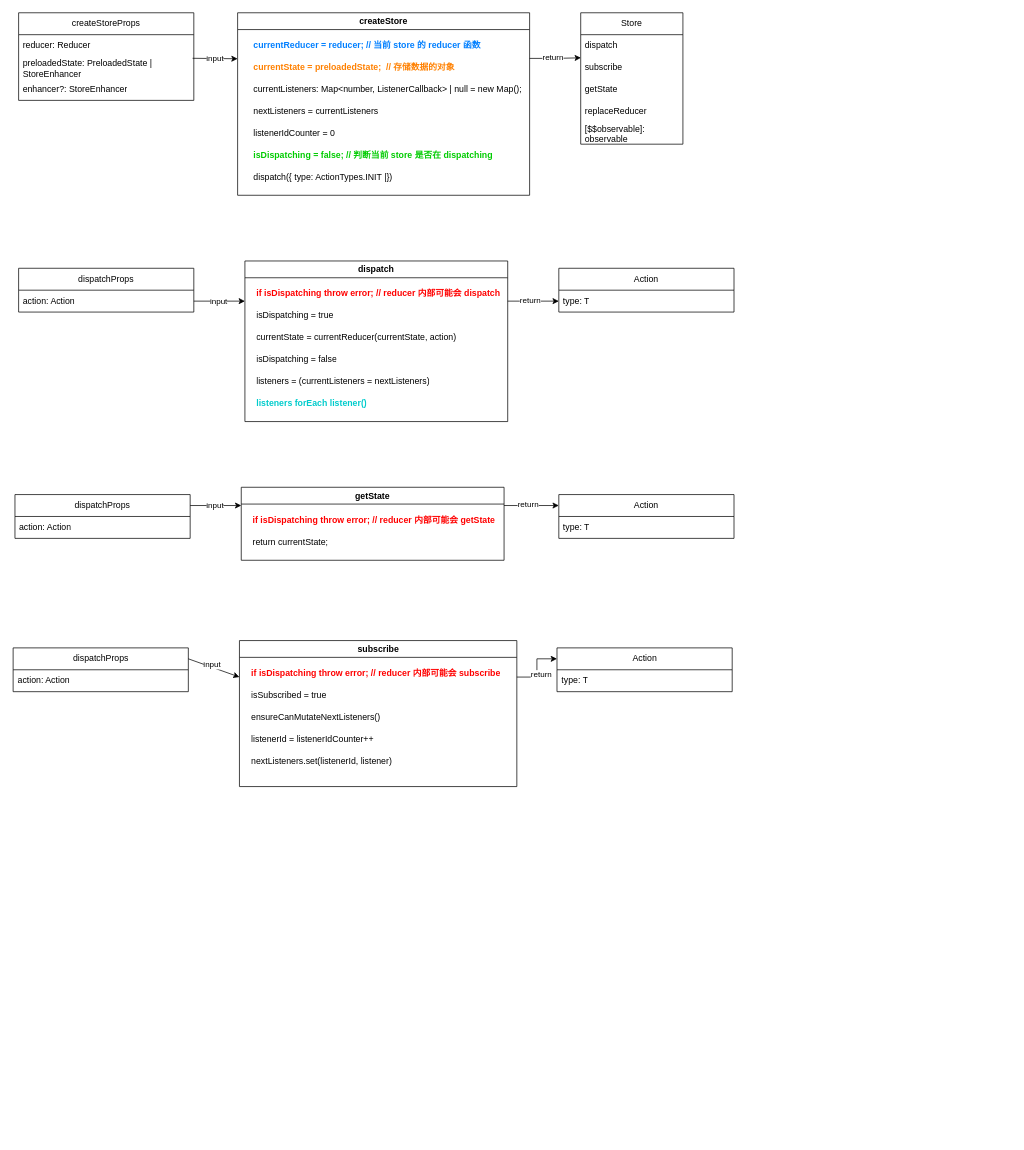
Earlier version of the draw.io diagram packages/redux/未命名绘图.drawio (Monoxt/learn). Source tidied: cells renumbered, new cells numbered last; positions are measured from the earlier drawing's top-left corner, leaving out a move shared by most shapes. Both pictures are drawn from the tidied source at 73%, with x=0, y=0 at pixel (12, 12).
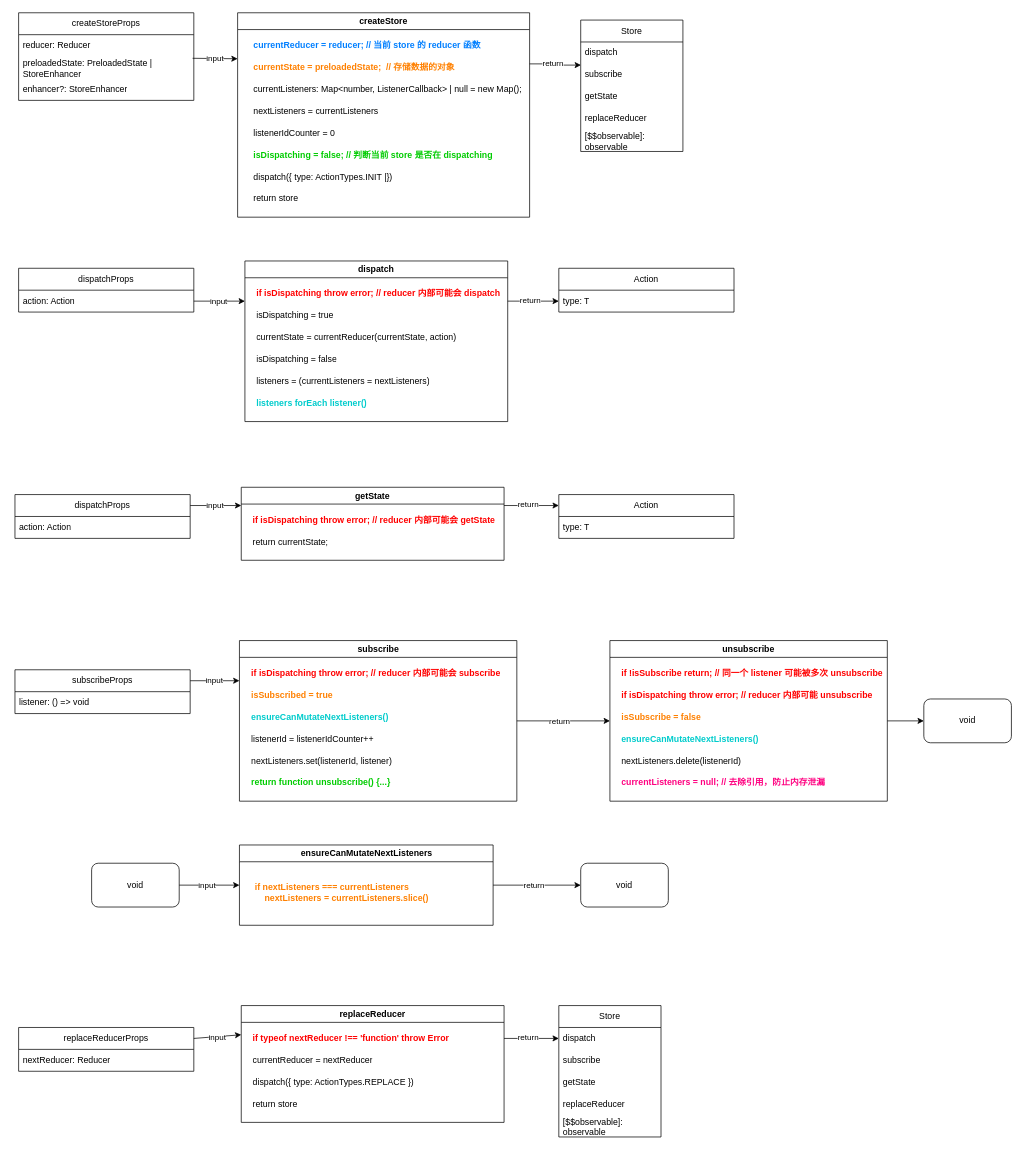
The same diagram, later.

The edit, as a diff of the source:
```diff
@@
     <mxCell id="4" value="Store" style="swimlane;fontStyle=0;horizontal=1;startSize=30;whiteSpace=wrap;html=1;" parent="1" vertex="1">
-      <mxGeometry x="778" width="140" height="180" as="geometry" />
+      <mxGeometry x="778" y="10" width="140" height="180" as="geometry" />
     </mxCell>
@@
     <mxCell id="16" value="createStore" style="swimlane;whiteSpace=wrap;html=1;strokeColor=default;" parent="1" vertex="1">
-      <mxGeometry x="308" width="400" height="250" as="geometry" />
+      <mxGeometry x="308" width="400" height="280" as="geometry" />
     </mxCell>
@@
+    <mxCell id="64" value="return store" style="text;html=1;align=left;verticalAlign=middle;strokeColor=none;fillColor=none;" parent="16" vertex="1">
+      <mxGeometry x="20" y="240" width="80" height="30" as="geometry" />
+    </mxCell>
@@
     <mxCell id="50" value="subscribe" style="swimlane;whiteSpace=wrap;html=1;strokeColor=default;" parent="1" vertex="1">
-      <mxGeometry x="310.5" y="860" width="380" height="200" as="geometry" />
+      <mxGeometry x="310.5" y="860" width="380" height="220" as="geometry" />
     </mxCell>
-    <mxCell id="51" value="isSubscribed = true" style="text;strokeColor=none;fillColor=none;align=left;verticalAlign=middle;spacingLeft=4;spacingRight=4;overflow=hidden;whiteSpace=wrap;html=1;" parent="50" vertex="1">
+    <mxCell id="51" value="isSubscribed = true" style="text;strokeColor=none;fillColor=none;align=left;verticalAlign=middle;spacingLeft=4;spacingRight=4;overflow=hidden;whiteSpace=wrap;html=1;fontColor=#FF8000;fontStyle=1;" parent="50" vertex="1">
       <mxGeometry x="10" y="60" width="130" height="30" as="geometry" />
     </mxCell>
@@
-    <mxCell id="53" value="ensureCanMutateNextListeners()" style="text;strokeColor=none;fillColor=none;align=left;verticalAlign=middle;spacingLeft=4;spacingRight=4;overflow=hidden;whiteSpace=wrap;html=1;" parent="50" vertex="1">
+    <mxCell id="53" value="ensureCanMutateNextListeners()" style="text;strokeColor=none;fillColor=none;align=left;verticalAlign=middle;spacingLeft=4;spacingRight=4;overflow=hidden;whiteSpace=wrap;html=1;fontStyle=1;fontColor=#00CCCC;" parent="50" vertex="1">
       <mxGeometry x="10" y="90" width="230" height="30" as="geometry" />
     </mxCell>
@@
+    <mxCell id="65" value="return function unsubscribe() {...}" style="text;strokeColor=none;fillColor=none;align=left;verticalAlign=middle;spacingLeft=4;spacingRight=4;overflow=hidden;whiteSpace=wrap;html=1;fontStyle=1;fontColor=#00CC00;labelBorderColor=none;" parent="50" vertex="1">
+      <mxGeometry x="10" y="180" width="370" height="30" as="geometry" />
+    </mxCell>
-    <mxCell id="56" value="dispatchProps" style="swimlane;fontStyle=0;horizontal=1;startSize=30;whiteSpace=wrap;html=1;" parent="1" vertex="1">
-      <mxGeometry x="0.5" y="870" width="240" height="60" as="geometry" />
+    <mxCell id="56" value="subscribeProps" style="swimlane;fontStyle=0;horizontal=1;startSize=30;whiteSpace=wrap;html=1;" parent="1" vertex="1">
+      <mxGeometry x="3" y="900" width="240" height="60" as="geometry" />
     </mxCell>
-    <mxCell id="57" value="action: Action" style="text;strokeColor=none;fillColor=none;align=left;verticalAlign=middle;spacingLeft=4;spacingRight=4;overflow=hidden;whiteSpace=wrap;html=1;" parent="56" vertex="1">
+    <mxCell id="57" value="listener: () =&amp;gt; void" style="text;strokeColor=none;fillColor=none;align=left;verticalAlign=middle;spacingLeft=4;spacingRight=4;overflow=hidden;whiteSpace=wrap;html=1;" parent="56" vertex="1">
       <mxGeometry y="30" width="240" height="30" as="geometry" />
     </mxCell>
-    <mxCell id="58" value="Action" style="swimlane;fontStyle=0;horizontal=1;startSize=30;whiteSpace=wrap;html=1;" parent="1" vertex="1">
-      <mxGeometry x="745.5" y="870" width="240" height="60" as="geometry" />
-    </mxCell>
-    <mxCell id="59" value="type: T" style="text;strokeColor=none;fillColor=none;align=left;verticalAlign=middle;spacingLeft=4;spacingRight=4;overflow=hidden;whiteSpace=wrap;html=1;" parent="58" vertex="1">
-      <mxGeometry y="30" width="240" height="30" as="geometry" />
-    </mxCell>
@@
-    <mxCell id="62" style="edgeStyle=orthogonalEdgeStyle;rounded=0;jettySize=auto;html=1;entryX=0;entryY=0.25;entryDx=0;entryDy=0;exitX=1;exitY=0.25;exitDx=0;exitDy=0;" parent="1" edge="1" source="50" target="58">
+    <mxCell id="62" style="edgeStyle=orthogonalEdgeStyle;rounded=0;jettySize=auto;html=1;entryX=0;entryY=0.5;entryDx=0;entryDy=0;exitX=1;exitY=0.5;exitDx=0;exitDy=0;" parent="1" edge="1" source="50" target="67">
       <mxGeometry relative="1" as="geometry" />
     </mxCell>
     <mxCell id="63" value="return" style="edgeLabel;html=1;align=center;verticalAlign=middle;" parent="62" vertex="1">
       <mxGeometry x="-0.28" relative="1" as="geometry">
-        <mxPoint x="5" y="-2" as="offset" />
+        <mxPoint x="12" as="offset" />
       </mxGeometry>
     </mxCell>
+    <mxCell id="66" style="edgeStyle=orthogonalEdgeStyle;rounded=0;jettySize=auto;html=1;fontColor=#00CC00;entryX=0;entryY=0.5;entryDx=0;entryDy=0;" parent="1" edge="1" source="67" target="74">
+      <mxGeometry relative="1" as="geometry" />
+    </mxCell>
+    <mxCell id="67" value="unsubscribe" style="swimlane;whiteSpace=wrap;html=1;strokeColor=default;" parent="1" vertex="1">
+      <mxGeometry x="818" y="860" width="380" height="220" as="geometry" />
+    </mxCell>
+    <mxCell id="68" value="if !isSubscribe return; // 同一个 listener 可能被多次 unsubscribe" style="text;strokeColor=none;fillColor=none;align=left;verticalAlign=middle;spacingLeft=4;spacingRight=4;overflow=hidden;whiteSpace=wrap;html=1;fontColor=#FF0000;fontStyle=1;" parent="67" vertex="1">
+      <mxGeometry x="10" y="30" width="370" height="30" as="geometry" />
+    </mxCell>
+    <mxCell id="69" value="isSubscribe = false" style="text;strokeColor=none;fillColor=none;align=left;verticalAlign=middle;spacingLeft=4;spacingRight=4;overflow=hidden;whiteSpace=wrap;html=1;fontStyle=1;fontColor=#FF8000;" parent="67" vertex="1">
+      <mxGeometry x="10" y="90" width="230" height="30" as="geometry" />
+    </mxCell>
+    <mxCell id="70" value="ensureCanMutateNextListeners()" style="text;strokeColor=none;fillColor=none;align=left;verticalAlign=middle;spacingLeft=4;spacingRight=4;overflow=hidden;whiteSpace=wrap;html=1;fontStyle=1;fontColor=#00CCCC;" parent="67" vertex="1">
+      <mxGeometry x="10" y="120" width="230" height="30" as="geometry" />
+    </mxCell>
+    <mxCell id="71" value="nextListeners.delete(listenerId)" style="text;strokeColor=none;fillColor=none;align=left;verticalAlign=middle;spacingLeft=4;spacingRight=4;overflow=hidden;whiteSpace=wrap;html=1;" parent="67" vertex="1">
+      <mxGeometry x="10" y="150" width="230" height="30" as="geometry" />
+    </mxCell>
+    <mxCell id="72" value="currentListeners = null; // 去除引用，防止内存泄漏" style="text;strokeColor=none;fillColor=none;align=left;verticalAlign=middle;spacingLeft=4;spacingRight=4;overflow=hidden;whiteSpace=wrap;html=1;fontColor=#FF0080;fontStyle=1;" parent="67" vertex="1">
+      <mxGeometry x="10" y="180" width="330" height="30" as="geometry" />
+    </mxCell>
+    <mxCell id="73" value="if isDispatching throw error; // reducer 内部可能 unsubscribe" style="text;strokeColor=none;fillColor=none;align=left;verticalAlign=middle;spacingLeft=4;spacingRight=4;overflow=hidden;whiteSpace=wrap;html=1;fontColor=#FF0000;fontStyle=1;" parent="67" vertex="1">
+      <mxGeometry x="10" y="60" width="370" height="30" as="geometry" />
+    </mxCell>
+    <mxCell id="74" value="void" style="rounded=1;whiteSpace=wrap;html=1;labelBorderColor=none;strokeColor=default;fontColor=#000000;" parent="1" vertex="1">
+      <mxGeometry x="1248" y="940" width="120" height="60" as="geometry" />
+    </mxCell>
+    <mxCell id="75" value="ensureCanMutateNextListeners" style="swimlane;whiteSpace=wrap;html=1;strokeColor=default;" parent="1" vertex="1">
+      <mxGeometry x="310.5" y="1140" width="347.5" height="110" as="geometry" />
+    </mxCell>
+    <mxCell id="76" value="if nextListeners === currentListeners&lt;br&gt;&amp;nbsp; &amp;nbsp; nextListeners = currentListeners.slice()" style="text;strokeColor=none;fillColor=none;align=left;verticalAlign=middle;spacingLeft=4;spacingRight=4;overflow=hidden;whiteSpace=wrap;html=1;fontColor=#FF8000;fontStyle=1;" parent="75" vertex="1">
+      <mxGeometry x="15" y="30" width="360" height="70" as="geometry" />
+    </mxCell>
+    <mxCell id="77" value="void" style="rounded=1;whiteSpace=wrap;html=1;labelBorderColor=none;strokeColor=default;fontColor=#000000;" parent="1" vertex="1">
+      <mxGeometry x="108" y="1165" width="120" height="60" as="geometry" />
+    </mxCell>
+    <mxCell id="78" value="void" style="rounded=1;whiteSpace=wrap;html=1;labelBorderColor=none;strokeColor=default;fontColor=#000000;" parent="1" vertex="1">
+      <mxGeometry x="778" y="1165" width="120" height="60" as="geometry" />
+    </mxCell>
+    <mxCell id="79" style="endArrow=classic;html=1;rounded=0;exitX=1;exitY=0.5;exitDx=0;exitDy=0;entryX=0;entryY=0.5;entryDx=0;entryDy=0;" parent="1" edge="1" source="77" target="75">
+      <mxGeometry relative="1" as="geometry" />
+    </mxCell>
+    <mxCell id="80" value="input" style="edgeLabel;html=1;align=center;verticalAlign=middle;" parent="79" vertex="1">
+      <mxGeometry x="-0.29" y="-1" relative="1" as="geometry">
+        <mxPoint x="8" y="-2" as="offset" />
+      </mxGeometry>
+    </mxCell>
+    <mxCell id="81" style="edgeStyle=orthogonalEdgeStyle;rounded=0;jettySize=auto;html=1;entryX=0;entryY=0.5;entryDx=0;entryDy=0;exitX=1;exitY=0.5;exitDx=0;exitDy=0;" parent="1" edge="1" source="75" target="78">
+      <mxGeometry relative="1" as="geometry" />
+    </mxCell>
+    <mxCell id="82" value="return" style="edgeLabel;html=1;align=center;verticalAlign=middle;" parent="81" vertex="1">
+      <mxGeometry x="-0.28" relative="1" as="geometry">
+        <mxPoint x="12" as="offset" />
+      </mxGeometry>
+    </mxCell>
+    <mxCell id="83" value="replaceReducer" style="swimlane;whiteSpace=wrap;html=1;strokeColor=default;startSize=23;" parent="1" vertex="1">
+      <mxGeometry x="313" y="1360" width="360" height="160" as="geometry" />
+    </mxCell>
+    <mxCell id="84" value="currentReducer = nextReducer" style="text;strokeColor=none;fillColor=none;align=left;verticalAlign=middle;spacingLeft=4;spacingRight=4;overflow=hidden;whiteSpace=wrap;html=1;" parent="83" vertex="1">
+      <mxGeometry x="10" y="60" width="220" height="30" as="geometry" />
+    </mxCell>
+    <mxCell id="85" value="if typeof nextReducer !== 'function' throw Error" style="text;strokeColor=none;fillColor=none;align=left;verticalAlign=middle;spacingLeft=4;spacingRight=4;overflow=hidden;points=[[0,0.5],[1,0.5]];portConstraint=eastwest;whiteSpace=wrap;html=1;fontColor=#FF0000;fontStyle=1;" parent="83" vertex="1">
+      <mxGeometry x="10" y="30" width="350" height="30" as="geometry" />
+    </mxCell>
+    <mxCell id="86" value="dispatch({ type: ActionTypes.REPLACE })" style="text;strokeColor=none;fillColor=none;align=left;verticalAlign=middle;spacingLeft=4;spacingRight=4;overflow=hidden;whiteSpace=wrap;html=1;" parent="83" vertex="1">
+      <mxGeometry x="10" y="90" width="260" height="30" as="geometry" />
+    </mxCell>
+    <mxCell id="87" value="return store" style="text;strokeColor=none;fillColor=none;align=left;verticalAlign=middle;spacingLeft=4;spacingRight=4;overflow=hidden;whiteSpace=wrap;html=1;" parent="83" vertex="1">
+      <mxGeometry x="10" y="120" width="260" height="30" as="geometry" />
+    </mxCell>
+    <mxCell id="88" value="replaceReducerProps" style="swimlane;fontStyle=0;horizontal=1;startSize=30;whiteSpace=wrap;html=1;" parent="1" vertex="1">
+      <mxGeometry x="8" y="1390" width="240" height="60" as="geometry" />
+    </mxCell>
+    <mxCell id="89" value="nextReducer: Reducer" style="text;strokeColor=none;fillColor=none;align=left;verticalAlign=middle;spacingLeft=4;spacingRight=4;overflow=hidden;whiteSpace=wrap;html=1;" parent="88" vertex="1">
+      <mxGeometry y="30" width="240" height="30" as="geometry" />
+    </mxCell>
+    <mxCell id="90" style="endArrow=classic;html=1;rounded=0;exitX=1;exitY=0.25;exitDx=0;exitDy=0;entryX=0;entryY=0.25;entryDx=0;entryDy=0;" parent="1" edge="1" source="88" target="83">
+      <mxGeometry relative="1" as="geometry" />
+    </mxCell>
+    <mxCell id="91" value="input" style="edgeLabel;html=1;align=center;verticalAlign=middle;" parent="90" vertex="1">
+      <mxGeometry x="-0.29" y="-1" relative="1" as="geometry">
+        <mxPoint x="8" y="-2" as="offset" />
+      </mxGeometry>
+    </mxCell>
+    <mxCell id="92" style="edgeStyle=orthogonalEdgeStyle;rounded=0;jettySize=auto;html=1;entryX=0;entryY=0.5;entryDx=0;entryDy=0;exitX=1;exitY=0.5;exitDx=0;exitDy=0;" parent="1" edge="1" source="85" target="95">
+      <mxGeometry relative="1" as="geometry" />
+    </mxCell>
+    <mxCell id="93" value="return" style="edgeLabel;html=1;align=center;verticalAlign=middle;" parent="92" vertex="1">
+      <mxGeometry x="-0.28" relative="1" as="geometry">
+        <mxPoint x="5" y="-2" as="offset" />
+      </mxGeometry>
+    </mxCell>
+    <mxCell id="94" value="Store" style="swimlane;fontStyle=0;horizontal=1;startSize=30;whiteSpace=wrap;html=1;" parent="1" vertex="1">
+      <mxGeometry x="748" y="1360" width="140" height="180" as="geometry" />
+    </mxCell>
+    <mxCell id="95" value="dispatch" style="text;strokeColor=none;fillColor=none;align=left;verticalAlign=middle;spacingLeft=4;spacingRight=4;overflow=hidden;points=[[0,0.5],[1,0.5]];portConstraint=eastwest;whiteSpace=wrap;html=1;" parent="94" vertex="1">
+      <mxGeometry y="30" width="140" height="30" as="geometry" />
+    </mxCell>
+    <mxCell id="96" value="subscribe" style="text;strokeColor=none;fillColor=none;align=left;verticalAlign=middle;spacingLeft=4;spacingRight=4;overflow=hidden;whiteSpace=wrap;html=1;" parent="94" vertex="1">
+      <mxGeometry y="60" width="140" height="30" as="geometry" />
+    </mxCell>
+    <mxCell id="97" value="getState" style="text;strokeColor=none;fillColor=none;align=left;verticalAlign=middle;spacingLeft=4;spacingRight=4;overflow=hidden;whiteSpace=wrap;html=1;" parent="94" vertex="1">
+      <mxGeometry y="90" width="140" height="30" as="geometry" />
+    </mxCell>
+    <mxCell id="98" value="replaceReducer" style="text;strokeColor=none;fillColor=none;align=left;verticalAlign=middle;spacingLeft=4;spacingRight=4;overflow=hidden;whiteSpace=wrap;html=1;" parent="94" vertex="1">
+      <mxGeometry y="120" width="140" height="30" as="geometry" />
+    </mxCell>
+    <mxCell id="99" value="[$$observable]: observable" style="text;strokeColor=none;fillColor=none;align=left;verticalAlign=middle;spacingLeft=4;spacingRight=4;overflow=hidden;whiteSpace=wrap;html=1;" parent="94" vertex="1">
+      <mxGeometry y="150" width="140" height="30" as="geometry" />
+    </mxCell>
```
